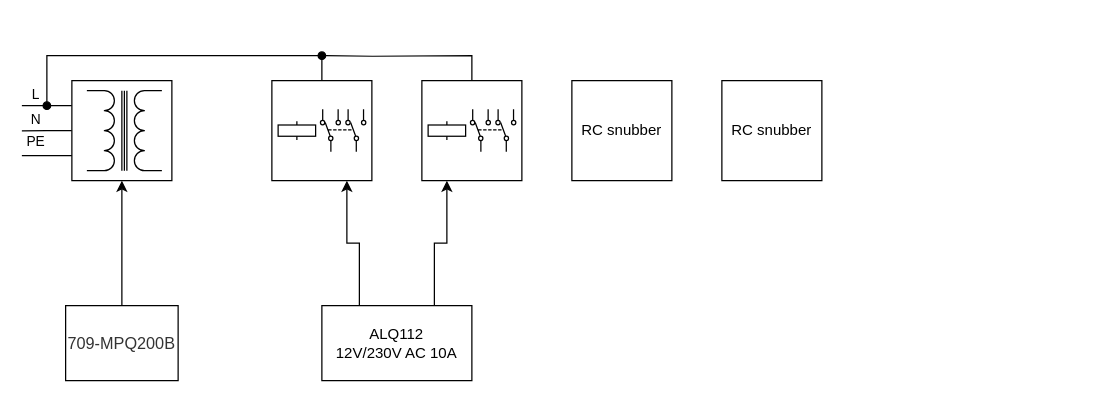
Before: silnoproud.drawio in AdminTextilka/Bakalarka, a draw.io diagram. Source tidied: cells renumbered, new cells numbered last; positions are measured from the earlier drawing's top-left corner, leaving out a move shared by most shapes. Both pictures are drawn from the tidied source at 125%, with x=0, y=0 at pixel (21, 55).
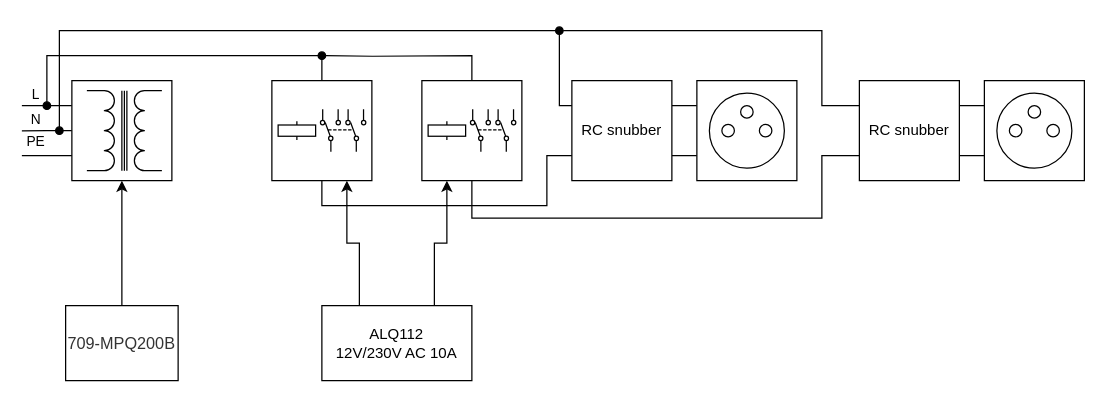
The same page after the edit.

Unchanged cells that the change refers to:
```xml
<mxCell id="12" style="whiteSpace=wrap;html=1;" parent="11" vertex="1">
  <mxGeometry width="80" height="80" as="geometry" />
</mxCell>
<mxCell id="22" style="whiteSpace=wrap;html=1;" parent="21" vertex="1">
  <mxGeometry width="80" height="80" as="geometry" />
</mxCell>
<mxCell id="26" value="RC snubber" style="whiteSpace=wrap;html=1;" parent="1" vertex="1">
  <mxGeometry x="440" y="20" width="80" height="80" as="geometry" />
</mxCell>
```

Change to the diagram source:
```diff
@@
+    <mxCell id="28" style="edgeStyle=orthogonalEdgeStyle;rounded=0;jettySize=auto;html=1;exitX=1;exitY=0.25;exitDx=0;exitDy=0;entryX=0;entryY=0.25;entryDx=0;entryDy=0;endArrow=none;startFill=0;" parent="1" edge="1" source="26" target="36">
+      <mxGeometry relative="1" as="geometry" />
+    </mxCell>
+    <mxCell id="29" style="edgeStyle=orthogonalEdgeStyle;rounded=0;jettySize=auto;html=1;exitX=1;exitY=0.75;exitDx=0;exitDy=0;entryX=0;entryY=0.75;entryDx=0;entryDy=0;endArrow=none;startFill=0;" parent="1" edge="1" source="26" target="36">
+      <mxGeometry relative="1" as="geometry" />
+    </mxCell>
@@
+    <mxCell id="30" style="edgeStyle=orthogonalEdgeStyle;rounded=0;jettySize=auto;html=1;exitX=1;exitY=0.25;exitDx=0;exitDy=0;entryX=0;entryY=0.25;entryDx=0;entryDy=0;endArrow=none;startFill=0;" parent="1" edge="1" source="27" target="41">
+      <mxGeometry relative="1" as="geometry" />
+    </mxCell>
+    <mxCell id="31" style="edgeStyle=orthogonalEdgeStyle;rounded=0;jettySize=auto;html=1;exitX=1;exitY=0.75;exitDx=0;exitDy=0;entryX=0;entryY=0.75;entryDx=0;entryDy=0;endArrow=none;startFill=0;" parent="1" edge="1" source="27" target="41">
+      <mxGeometry relative="1" as="geometry" />
+    </mxCell>
     <mxCell id="27" value="RC snubber" style="whiteSpace=wrap;html=1;" parent="1" vertex="1">
-      <mxGeometry x="560" y="20" width="80" height="80" as="geometry" />
+      <mxGeometry x="670" y="20" width="80" height="80" as="geometry" />
     </mxCell>
+    <mxCell id="32" style="edgeStyle=orthogonalEdgeStyle;rounded=0;jettySize=auto;html=1;exitX=0.5;exitY=1;exitDx=0;exitDy=0;entryX=0;entryY=0.75;entryDx=0;entryDy=0;endArrow=none;startFill=0;" parent="1" edge="1" source="12" target="26">
+      <mxGeometry relative="1" as="geometry">
+        <Array as="points">
+          <mxPoint x="240" y="120" />
+          <mxPoint x="420" y="120" />
+          <mxPoint x="420" y="80" />
+        </Array>
+      </mxGeometry>
+    </mxCell>
+    <mxCell id="33" style="edgeStyle=orthogonalEdgeStyle;rounded=0;jettySize=auto;html=1;exitX=0.5;exitY=1;exitDx=0;exitDy=0;entryX=0;entryY=0.75;entryDx=0;entryDy=0;endArrow=none;startFill=0;" parent="1" edge="1" source="22" target="27">
+      <mxGeometry relative="1" as="geometry">
+        <Array as="points">
+          <mxPoint x="360" y="130" />
+          <mxPoint x="640" y="130" />
+          <mxPoint x="640" y="80" />
+        </Array>
+      </mxGeometry>
+    </mxCell>
+    <mxCell id="34" style="edgeStyle=orthogonalEdgeStyle;rounded=0;jettySize=auto;html=1;entryX=0;entryY=0.25;entryDx=0;entryDy=0;startArrow=oval;startFill=1;endArrow=none;" parent="1" edge="1" target="26">
+      <mxGeometry relative="1" as="geometry">
+        <mxPoint x="30" y="60" as="sourcePoint" />
+        <Array as="points">
+          <mxPoint x="30" y="-20" />
+          <mxPoint x="430" y="-20" />
+          <mxPoint x="430" y="40" />
+        </Array>
+      </mxGeometry>
+    </mxCell>
+    <mxCell id="35" style="edgeStyle=orthogonalEdgeStyle;rounded=0;jettySize=auto;html=1;entryX=0;entryY=0.25;entryDx=0;entryDy=0;endArrow=none;startFill=1;startArrow=oval;" parent="1" edge="1" target="27">
+      <mxGeometry relative="1" as="geometry">
+        <mxPoint x="430" y="-20" as="sourcePoint" />
+        <Array as="points">
+          <mxPoint x="640" y="-20" />
+          <mxPoint x="640" y="40" />
+        </Array>
+      </mxGeometry>
+    </mxCell>
+    <mxCell id="36" style="whiteSpace=wrap;html=1;" parent="1" vertex="1">
+      <mxGeometry x="540" y="20" width="80" height="80" as="geometry" />
+    </mxCell>
+    <mxCell id="37" style="ellipse;whiteSpace=wrap;html=1;" parent="36" vertex="1">
+      <mxGeometry x="10" y="10" width="60" height="60" as="geometry" />
+    </mxCell>
+    <mxCell id="38" style="ellipse;whiteSpace=wrap;html=1;" parent="36" vertex="1">
+      <mxGeometry x="20" y="35" width="10" height="10" as="geometry" />
+    </mxCell>
+    <mxCell id="39" style="ellipse;whiteSpace=wrap;html=1;" parent="36" vertex="1">
+      <mxGeometry x="50" y="35" width="10" height="10" as="geometry" />
+    </mxCell>
+    <mxCell id="40" style="ellipse;whiteSpace=wrap;html=1;" parent="36" vertex="1">
+      <mxGeometry x="35" y="20" width="10" height="10" as="geometry" />
+    </mxCell>
+    <mxCell id="41" style="whiteSpace=wrap;html=1;" parent="1" vertex="1">
+      <mxGeometry x="770" y="20" width="80" height="80" as="geometry" />
+    </mxCell>
+    <mxCell id="42" style="ellipse;whiteSpace=wrap;html=1;" parent="41" vertex="1">
+      <mxGeometry x="10" y="10" width="60" height="60" as="geometry" />
+    </mxCell>
+    <mxCell id="43" style="ellipse;whiteSpace=wrap;html=1;" parent="41" vertex="1">
+      <mxGeometry x="20" y="35" width="10" height="10" as="geometry" />
+    </mxCell>
+    <mxCell id="44" style="ellipse;whiteSpace=wrap;html=1;" parent="41" vertex="1">
+      <mxGeometry x="50" y="35" width="10" height="10" as="geometry" />
+    </mxCell>
+    <mxCell id="45" style="ellipse;whiteSpace=wrap;html=1;" parent="41" vertex="1">
+      <mxGeometry x="35" y="20" width="10" height="10" as="geometry" />
+    </mxCell>
```
